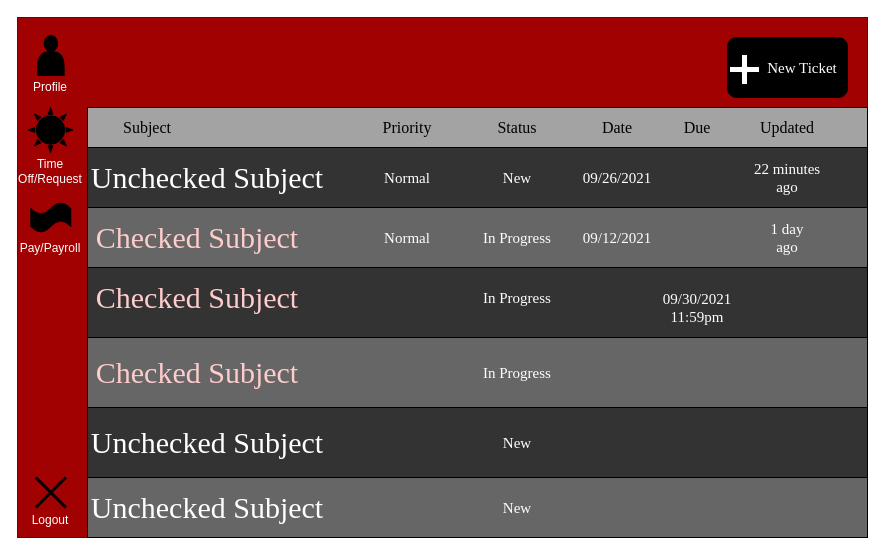
This is Untitled Diagram.drawio from AlexT0701/HashRen-Manage, a draw.io file, before an edit. Source tidied: cells renumbered, new cells numbered last; positions are measured from the earlier drawing's top-left corner, leaving out a move shared by most shapes. Both pictures are drawn from the tidied source at 100%, with x=0, y=0 at pixel (17, 17).
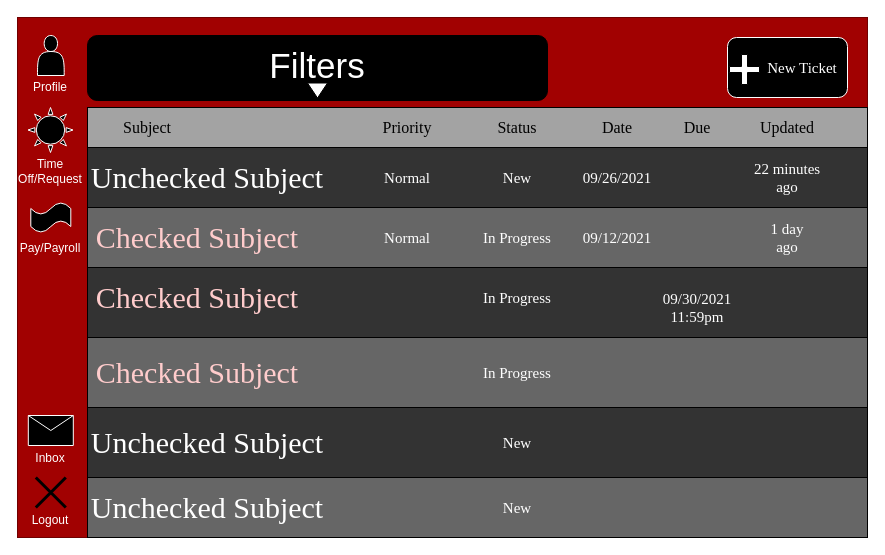
The same diagram, later.

Commit message:
HR Ticket Example

Change to the diagram source:
```diff
@@
-    <mxCell id="36" style="rounded=1;whiteSpace=wrap;html=1;fontFamily=Times New Roman;fontSize=15;fontColor=#FFFFFF;fillColor=#000000;" parent="1" vertex="1">
+    <mxCell id="36" style="rounded=1;whiteSpace=wrap;html=1;fontFamily=Times New Roman;fontSize=15;fontColor=#FFFFFF;fillColor=#000000;strokeColor=#FFFFFF;" parent="1" vertex="1">
       <mxGeometry x="710" y="20" width="120" height="60" as="geometry" />
     </mxCell>
@@
-    <mxCell id="39" style="shape=actor;whiteSpace=wrap;html=1;fillColor=#000000;" parent="1" vertex="1">
+    <mxCell id="39" style="shape=actor;whiteSpace=wrap;html=1;fillColor=#000000;strokeColor=#FFFFFF;" parent="1" vertex="1">
       <mxGeometry x="20" y="18" width="26.7" height="40" as="geometry" />
     </mxCell>
@@
-    <mxCell id="41" style="shape=umlDestroy;whiteSpace=wrap;html=1;strokeWidth=3;fontColor=#FFFFFF;fillColor=#000000;" parent="1" vertex="1">
+    <mxCell id="41" style="shape=umlDestroy;whiteSpace=wrap;html=1;strokeWidth=3;fontColor=#FFFFFF;fillColor=#000000;strokeColor=#000000;" parent="1" vertex="1">
       <mxGeometry x="18.3" y="460" width="30" height="30" as="geometry" />
     </mxCell>
@@
-    <mxCell id="43" style="verticalLabelPosition=bottom;verticalAlign=top;html=1;shape=mxgraph.basic.sun;fontColor=#FFFFFF;fillColor=#000000;" parent="1" vertex="1">
+    <mxCell id="43" style="verticalLabelPosition=bottom;verticalAlign=top;html=1;shape=mxgraph.basic.sun;fontColor=#FFFFFF;fillColor=#000000;strokeColor=#FFFFFF;" parent="1" vertex="1">
       <mxGeometry x="10.5" y="90" width="45" height="45" as="geometry" />
     </mxCell>
@@
-    <mxCell id="45" style="shape=tape;whiteSpace=wrap;html=1;fontColor=#FFFFFF;fillColor=#000000;" parent="1" vertex="1">
+    <mxCell id="45" style="shape=tape;whiteSpace=wrap;html=1;fontColor=#FFFFFF;fillColor=#000000;strokeColor=#FFFFFF;" parent="1" vertex="1">
       <mxGeometry x="13.3" y="185" width="40" height="30" as="geometry" />
     </mxCell>
@@
+    <mxCell id="47" style="shape=message;html=1;whiteSpace=wrap;html=1;fontColor=#FFFFFF;fillColor=#000000;strokeColor=#FFFFFF;" parent="1" vertex="1">
+      <mxGeometry x="10.8" y="398" width="45" height="30" as="geometry" />
+    </mxCell>
+    <mxCell id="48" value="Inbox" style="text;html=1;strokeColor=none;fillColor=none;align=center;verticalAlign=middle;whiteSpace=wrap;rounded=0;fontColor=#FFFFFF;" parent="1" vertex="1">
+      <mxGeometry x="13" y="431" width="40" height="20" as="geometry" />
+    </mxCell>
+    <mxCell id="49" style="rounded=1;whiteSpace=wrap;html=1;fontColor=#FFFFFF;strokeColor=#000000;fillColor=#000000;" parent="1" vertex="1">
+      <mxGeometry x="70" y="18" width="460" height="65" as="geometry" />
+    </mxCell>
+    <mxCell id="50" value="Filters" style="text;html=1;strokeColor=none;fillColor=none;align=center;verticalAlign=middle;whiteSpace=wrap;rounded=0;fontColor=#FFFFFF;fontSize=35;" parent="1" vertex="1">
+      <mxGeometry x="115" y="38" width="370" height="20" as="geometry" />
+    </mxCell>
+    <mxCell id="51" style="triangle;whiteSpace=wrap;html=1;fontSize=35;fontColor=#FFFFFF;strokeColor=#000000;fillColor=#FFFFFF;rotation=90;" parent="1" vertex="1">
+      <mxGeometry x="292.5" y="63" width="15" height="20" as="geometry" />
+    </mxCell>
```
